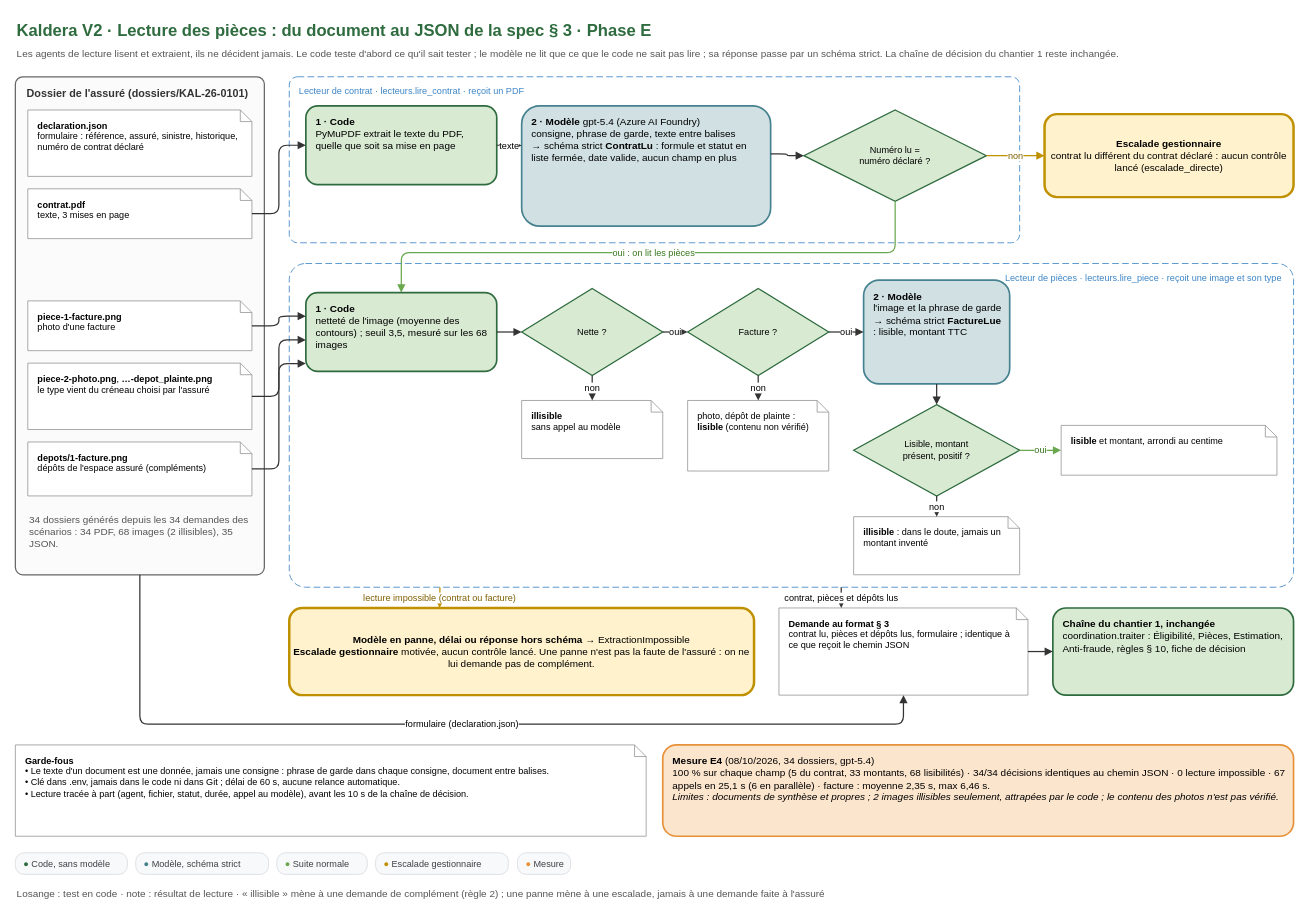
Above: conception/schemas/schema-E-lecture-des-pieces.drawio in Ganda15/kaldera-bout-en-bout_v2 (draw.io), before the change. Source tidied: cells renumbered, new cells numbered last; positions are measured from the earlier drawing's top-left corner, leaving out a move shared by most shapes. Both pictures are drawn from the tidied source at 83%, with x=0, y=0 at pixel (15, 14).
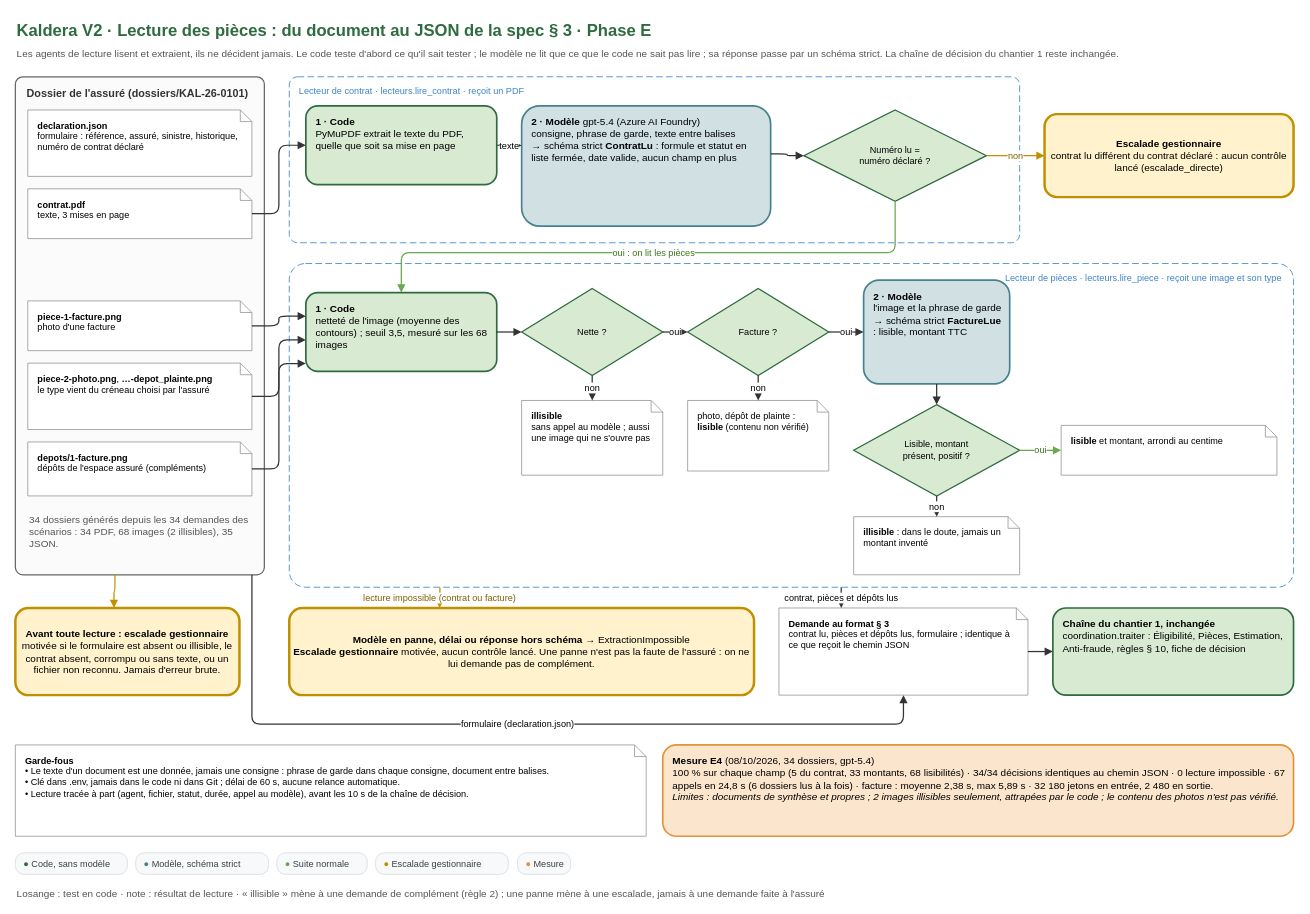
The same page after the edit.

Commit message (it also covers changes not shown here):
docs(conception): schemas 0, 2, A et E alignes sur le code, entree 4 du journal des ajustements

The change refers to these unchanged cells:
```xml
<mxCell id="4" value="Dossier de l'assuré (dossiers/KAL-26-0101)" style="rounded=1;arcSize=3;whiteSpace=wrap;html=1;fillColor=#fbfbfb;strokeColor=#666666;strokeWidth=1.5;verticalAlign=top;align=left;spacingLeft=12;spacingTop=6;fontFamily=Arial;fontSize=13;fontStyle=1;fontColor=#333333;" parent="1" vertex="1">
  <mxGeometry y="75" width="300" height="600" as="geometry" />
</mxCell>
<mxCell id="43" value="&lt;b&gt;Demande au format § 3&lt;/b&gt;&lt;br&gt;contrat lu, pièces et dépôts lus, formulaire ; identique à ce que reçoit le chemin JSON" style="whiteSpace=wrap;html=1;fontFamily=Arial;fontSize=12;align=left;spacingLeft=10;spacingRight=8;verticalAlign=top;spacingTop=6;shape=note;size=14;fillColor=#ffffff;strokeColor=#999999;fontSize=11;" parent="1" vertex="1">
  <mxGeometry x="920" y="715" width="300" height="105" as="geometry" />
</mxCell>
```

Change to the diagram source:
```diff
@@
-    <mxCell id="24" value="&lt;b&gt;illisible&lt;/b&gt;&lt;br&gt;sans appel au modèle" style="whiteSpace=wrap;html=1;fontFamily=Arial;fontSize=12;align=left;spacingLeft=10;spacingRight=8;verticalAlign=top;spacingTop=6;shape=note;size=14;fillColor=#ffffff;strokeColor=#999999;fontSize=11;" parent="1" vertex="1">
-      <mxGeometry x="610" y="465" width="170" height="70" as="geometry" />
+    <mxCell id="24" value="&lt;b&gt;illisible&lt;/b&gt;&lt;br&gt;sans appel au modèle ; aussi une image qui ne s'ouvre pas" style="whiteSpace=wrap;html=1;fontFamily=Arial;fontSize=12;align=left;spacingLeft=10;spacingRight=8;verticalAlign=top;spacingTop=6;shape=note;size=14;fillColor=#ffffff;strokeColor=#999999;fontSize=11;" parent="1" vertex="1">
+      <mxGeometry x="610" y="465" width="170" height="90" as="geometry" />
     </mxCell>
@@
-    <mxCell id="47" value="formulaire (declaration.json)" style="edgeStyle=orthogonalEdgeStyle;rounded=1;html=1;fontFamily=Arial;fontSize=11;labelBackgroundColor=#ffffff;endArrow=block;endFill=1;strokeColor=#333333;strokeWidth=1.5;exitX=0.5;exitY=1;exitDx=0;exitDy=0;entryX=0.5;entryY=1;entryDx=0;entryDy=0;" parent="1" edge="1" source="4" target="43">
+    <mxCell id="47" value="formulaire (declaration.json)" style="edgeStyle=orthogonalEdgeStyle;rounded=1;html=1;fontFamily=Arial;fontSize=11;labelBackgroundColor=#ffffff;endArrow=block;endFill=1;strokeColor=#333333;strokeWidth=1.5;exitX=0.95;exitY=1;exitDx=0;exitDy=0;entryX=0.5;entryY=1;entryDx=0;entryDy=0;" parent="1" edge="1" source="4" target="43">
       <mxGeometry relative="1" as="geometry">
         <Array as="points">
-          <mxPoint x="150" y="855" />
+          <mxPoint x="285" y="855" />
           <mxPoint x="1070" y="855" />
         </Array>
       </mxGeometry>
     </mxCell>
+    <mxCell id="57" value="&lt;b&gt;Avant toute lecture : escalade gestionnaire&lt;/b&gt; motivée si le formulaire est absent ou illisible, le contrat absent, corrompu ou sans texte, ou un fichier non reconnu. Jamais d'erreur brute." style="whiteSpace=wrap;html=1;fontFamily=Arial;fontSize=12;rounded=1;fillColor=#fff2cc;strokeColor=#bf9000;strokeWidth=3;" parent="1" vertex="1">
+      <mxGeometry y="715" width="270" height="105" as="geometry" />
+    </mxCell>
+    <mxCell id="58" style="edgeStyle=orthogonalEdgeStyle;rounded=1;html=1;fontFamily=Arial;fontSize=11;labelBackgroundColor=#ffffff;endArrow=block;endFill=1;strokeColor=#bf9000;strokeWidth=1.5;fontColor=#7f6000;exitX=0.4;exitY=1;exitDx=0;exitDy=0;entryX=0.44;entryY=0;entryDx=0;entryDy=0;" parent="1" edge="1" source="4" target="57">
+      <mxGeometry relative="1" as="geometry" />
+    </mxCell>
@@
-    <mxCell id="50" value="&lt;b&gt;Mesure E4&lt;/b&gt; (08/10/2026, 34 dossiers, gpt-5.4)&lt;br&gt;100 % sur chaque champ (5 du contrat, 33 montants, 68 lisibilités) · 34/34 décisions identiques au chemin JSON · 0 lecture impossible · 67 appels en 25,1 s (6 en parallèle) · facture : moyenne 2,35 s, max 6,46 s.&lt;br&gt;&lt;i&gt;Limites : documents de synthèse et propres ; 2 images illisibles seulement, attrapées par le code ; le contenu des photos n'est pas vérifié.&lt;/i&gt;" style="whiteSpace=wrap;html=1;fontFamily=Arial;fontSize=12;align=left;spacingLeft=10;spacingRight=8;verticalAlign=top;spacingTop=6;rounded=1;fillColor=#fce5cd;strokeColor=#e69138;strokeWidth=2;" parent="1" vertex="1">
+    <mxCell id="50" value="&lt;b&gt;Mesure E4&lt;/b&gt; (08/10/2026, 34 dossiers, gpt-5.4)&lt;br&gt;100 % sur chaque champ (5 du contrat, 33 montants, 68 lisibilités) · 34/34 décisions identiques au chemin JSON · 0 lecture impossible · 67 appels en 24,8 s (6 dossiers lus à la fois) · facture : moyenne 2,38 s, max 5,89 s · 32 180 jetons en entrée, 2 480 en sortie.&lt;br&gt;&lt;i&gt;Limites : documents de synthèse et propres ; 2 images illisibles seulement, attrapées par le code ; le contenu des photos n'est pas vérifié.&lt;/i&gt;" style="whiteSpace=wrap;html=1;fontFamily=Arial;fontSize=12;align=left;spacingLeft=10;spacingRight=8;verticalAlign=top;spacingTop=6;rounded=1;fillColor=#fce5cd;strokeColor=#e69138;strokeWidth=2;" parent="1" vertex="1">
       <mxGeometry x="780" y="880" width="760" height="110" as="geometry" />
     </mxCell>
```
